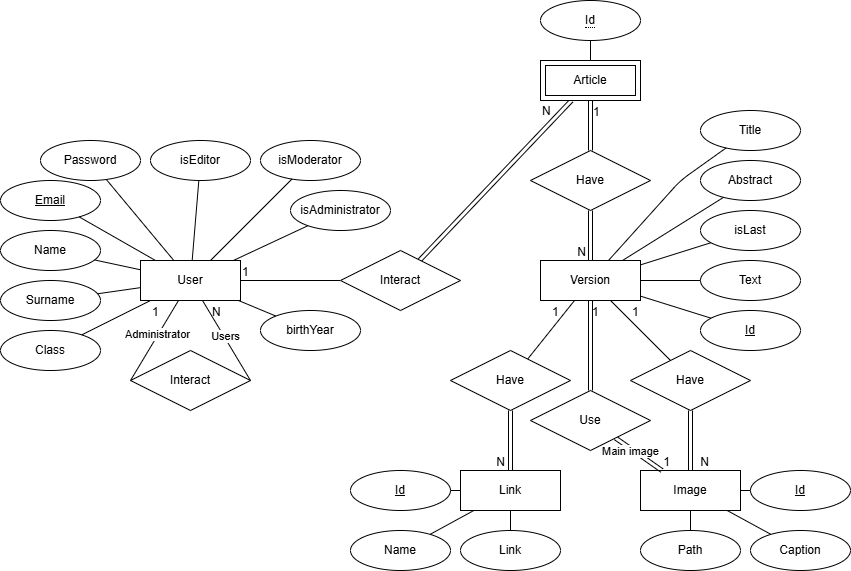
Earlier version of the draw.io export docs/ER/wikistudenti_er.png (LucaAvveduto/5C_WikiStudenti_Avveduto_Barani_Brambilla_Cecire). Source tidied: cells renumbered, new cells last; positions are measured from the earlier drawing's top-left corner, leaving out a move shared by most shapes.
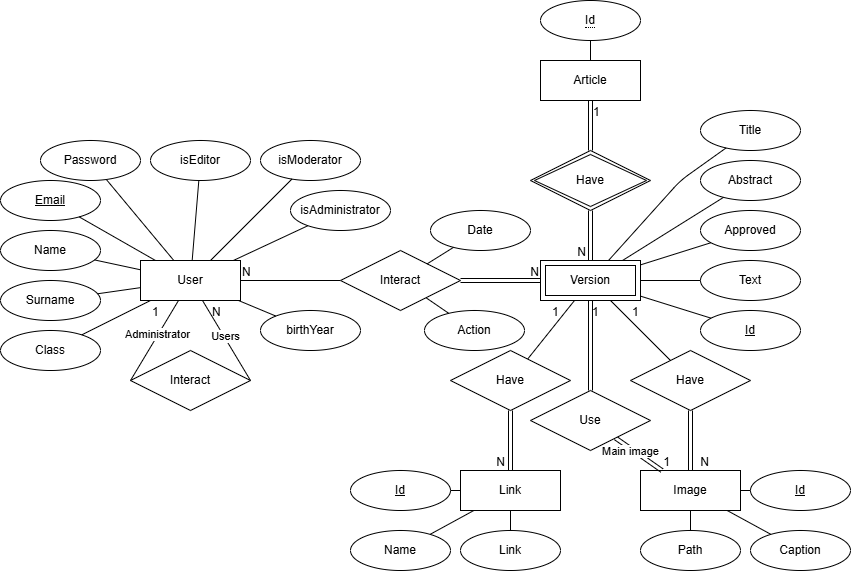
After the commit.

The edit, as a diff of the source:
```diff
@@ -5,9 +5,6 @@
     <mxCell id="2" value="User" style="whiteSpace=wrap;html=1;align=center;" parent="1" vertex="1">
       <mxGeometry x="140" y="260" width="100" height="40" as="geometry" />
     </mxCell>
-    <mxCell id="3" value="Version" style="whiteSpace=wrap;html=1;align=center;" parent="1" vertex="1">
-      <mxGeometry x="540" y="260" width="100" height="40" as="geometry" />
-    </mxCell>
     <mxCell id="4" value="isEditor" style="ellipse;whiteSpace=wrap;html=1;align=center;" parent="1" vertex="1">
       <mxGeometry x="150" y="140" width="100" height="40" as="geometry" />
     </mxCell>
@@ -35,7 +32,7 @@
     <mxCell id="12" value="Password" style="ellipse;whiteSpace=wrap;html=1;align=center;" parent="1" vertex="1">
       <mxGeometry x="40" y="140" width="100" height="40" as="geometry" />
     </mxCell>
-    <mxCell id="13" style="endArrow=none;html=1;rounded=0;shape=link;" parent="1" edge="1" source="17" target="74">
+    <mxCell id="13" style="endArrow=none;html=1;rounded=0;shape=link;" parent="1" edge="1" source="17" target="3">
       <mxGeometry relative="1" as="geometry" />
     </mxCell>
     <mxCell id="14" value="N" style="html=1;whiteSpace=wrap;align=right;verticalAlign=bottom;" parent="13" vertex="1">
@@ -44,7 +41,7 @@
     <mxCell id="15" style="endArrow=none;html=1;rounded=0;" parent="1" edge="1" source="2" target="17">
       <mxGeometry relative="1" as="geometry" />
     </mxCell>
-    <mxCell id="16" value="1" style="html=1;whiteSpace=wrap;align=left;verticalAlign=bottom;" parent="15" vertex="1">
+    <mxCell id="16" value="N" style="html=1;whiteSpace=wrap;align=left;verticalAlign=bottom;" parent="15" vertex="1">
       <mxGeometry x="-1" relative="1" as="geometry" />
     </mxCell>
     <mxCell id="17" value="Interact" style="shape=rhombus;perimeter=rhombusPerimeter;whiteSpace=wrap;html=1;align=center;" parent="1" vertex="1">
@@ -185,7 +182,7 @@
     <mxCell id="58" style="endArrow=none;html=1;" parent="1" edge="1" source="2" target="6">
       <mxGeometry relative="1" as="geometry" />
     </mxCell>
-    <mxCell id="59" value="isLast" style="ellipse;whiteSpace=wrap;html=1;align=center;" parent="1" vertex="1">
+    <mxCell id="59" value="Approved" style="ellipse;whiteSpace=wrap;html=1;align=center;" parent="1" vertex="1">
       <mxGeometry x="700" y="210" width="100" height="40" as="geometry" />
     </mxCell>
     <mxCell id="60" style="endArrow=none;html=1;" parent="1" edge="1" source="59" target="3">
@@ -240,9 +237,6 @@
     <mxCell id="73" value="Use" style="shape=rhombus;perimeter=rhombusPerimeter;whiteSpace=wrap;html=1;align=center;" parent="1" vertex="1">
       <mxGeometry x="530" y="390" width="120" height="60" as="geometry" />
     </mxCell>
-    <mxCell id="74" value="Article" style="shape=ext;margin=3;double=1;whiteSpace=wrap;html=1;align=center;" parent="1" vertex="1">
-      <mxGeometry x="540" y="60" width="100" height="40" as="geometry" />
-    </mxCell>
     <mxCell id="75" style="endArrow=none;html=1;rounded=0;shape=link;" parent="1" edge="1" source="79" target="3">
       <mxGeometry relative="1" as="geometry" />
     </mxCell>
@@ -259,19 +253,32 @@
         <mxPoint x="1" y="20" as="offset" />
       </mxGeometry>
     </mxCell>
-    <mxCell id="79" value="Have" style="shape=rhombus;perimeter=rhombusPerimeter;whiteSpace=wrap;html=1;align=center;" parent="1" vertex="1">
-      <mxGeometry x="530" y="150" width="120" height="60" as="geometry" />
-    </mxCell>
-    <mxCell id="80" value="N" style="html=1;whiteSpace=wrap;align=left;verticalAlign=bottom;" parent="1" vertex="1">
-      <mxGeometry x="270" y="280" as="geometry">
-        <mxPoint x="270" y="-161" as="offset" />
-      </mxGeometry>
-    </mxCell>
     <mxCell id="81" value="&lt;span style=&quot;border-bottom: 1px dotted&quot;&gt;Id&lt;/span&gt;" style="ellipse;whiteSpace=wrap;html=1;align=center;" parent="1" vertex="1">
       <mxGeometry x="540" width="100" height="40" as="geometry" />
     </mxCell>
     <mxCell id="82" style="endArrow=none;html=1;rounded=0;" parent="1" edge="1" source="81" target="74">
       <mxGeometry relative="1" as="geometry" />
     </mxCell>
+    <mxCell id="83" value="Action" style="ellipse;whiteSpace=wrap;html=1;align=center;" parent="1" vertex="1">
+      <mxGeometry x="424" y="310" width="100" height="40" as="geometry" />
+    </mxCell>
+    <mxCell id="84" value="Date" style="ellipse;whiteSpace=wrap;html=1;align=center;" parent="1" vertex="1">
+      <mxGeometry x="430" y="210" width="100" height="40" as="geometry" />
+    </mxCell>
+    <mxCell id="85" style="endArrow=none;html=1;rounded=0;" parent="1" edge="1" source="17" target="84">
+      <mxGeometry relative="1" as="geometry" />
+    </mxCell>
+    <mxCell id="86" style="endArrow=none;html=1;rounded=0;" parent="1" edge="1" source="83" target="17">
+      <mxGeometry relative="1" as="geometry" />
+    </mxCell>
+    <mxCell id="3" value="Version" style="shape=ext;margin=3;double=1;whiteSpace=wrap;html=1;align=center;" parent="1" vertex="1">
+      <mxGeometry x="540" y="260" width="100" height="40" as="geometry" />
+    </mxCell>
+    <mxCell id="79" value="Have" style="shape=rhombus;double=1;perimeter=rhombusPerimeter;whiteSpace=wrap;html=1;align=center;" parent="1" vertex="1">
+      <mxGeometry x="530" y="150" width="120" height="60" as="geometry" />
+    </mxCell>
+    <mxCell id="74" value="Article" style="whiteSpace=wrap;html=1;align=center;" parent="1" vertex="1">
+      <mxGeometry x="540" y="60" width="100" height="40" as="geometry" />
+    </mxCell>
   </root>
 </mxGraphModel>
```
